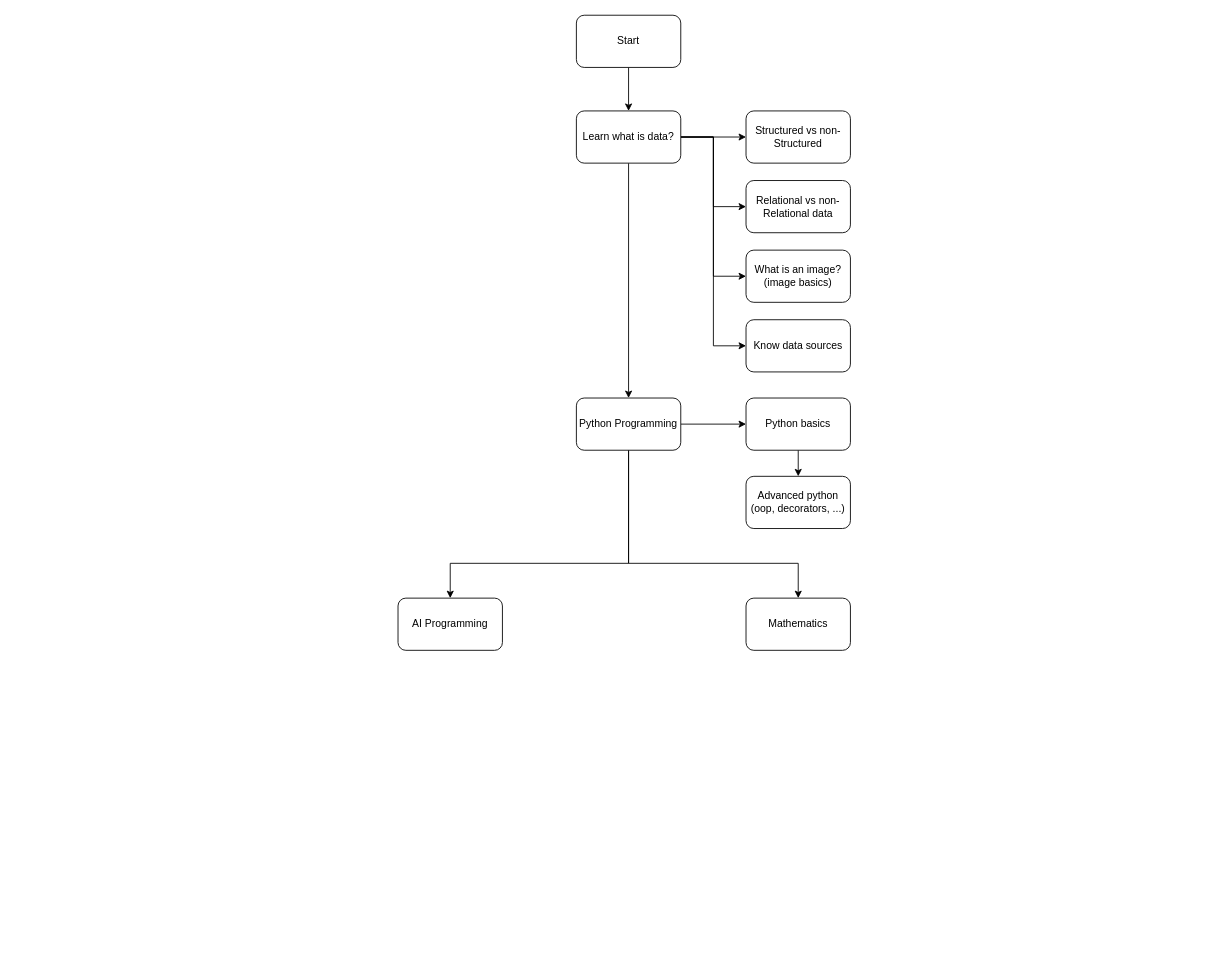
Before: roadmap.drawio in pr1266/AI_RoadMap, a draw.io diagram. Source tidied: cells renumbered, new cells numbered last; positions are measured from the earlier drawing's top-left corner, leaving out a move shared by most shapes. Both pictures are drawn from the tidied source at 87%, with x=0, y=0 at pixel (398, 15).
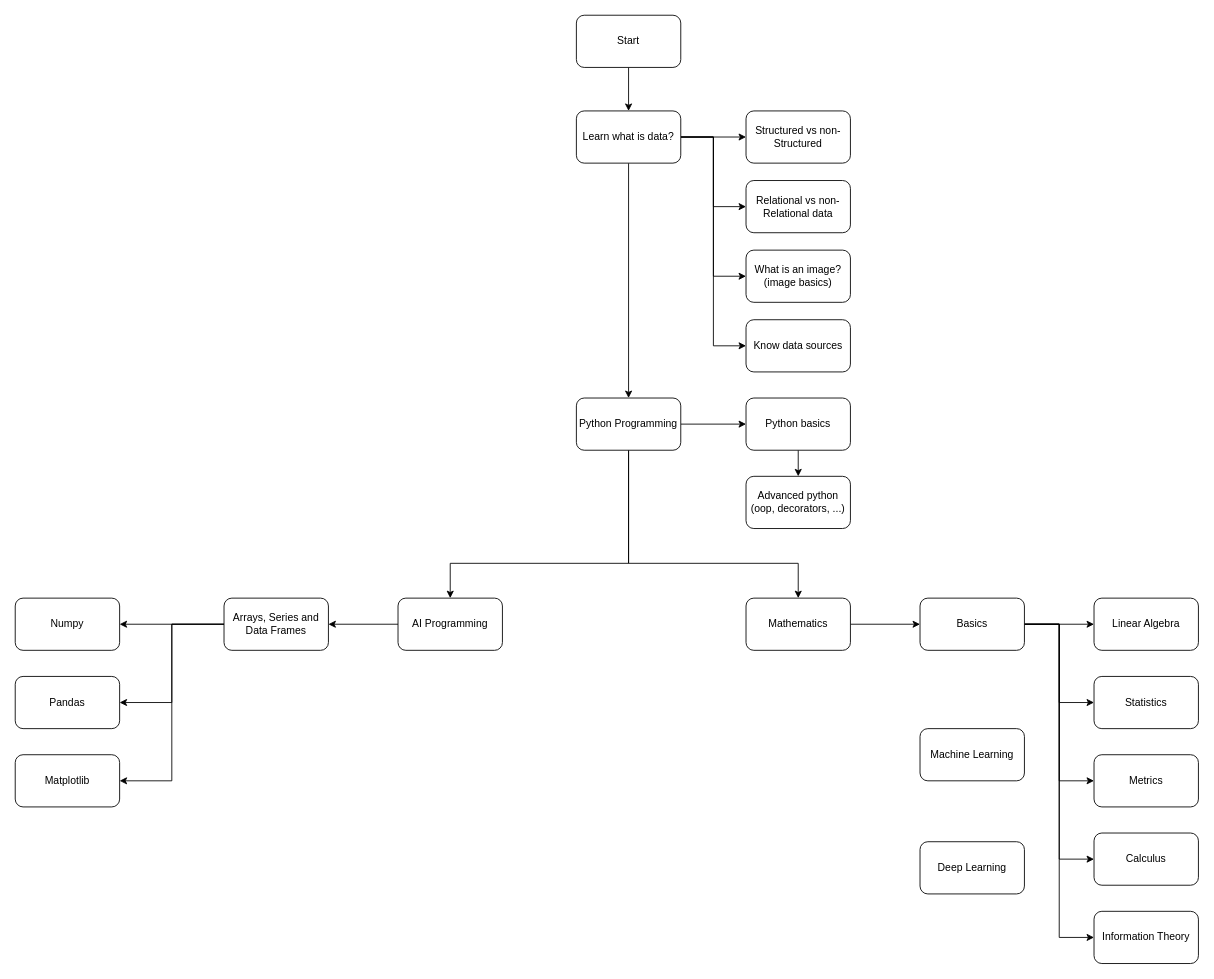
After the change.

Unchanged cells that the change refers to:
```xml
<mxCell id="20" value="AI Programming" style="rounded=1;whiteSpace=wrap;html=1;" parent="1" vertex="1">
  <mxGeometry y="670" width="120" height="60" as="geometry" />
</mxCell>
<mxCell id="21" value="Mathematics" style="rounded=1;whiteSpace=wrap;html=1;" parent="1" vertex="1">
  <mxGeometry x="400" y="670" width="120" height="60" as="geometry" />
</mxCell>
```

Diff of the diagram source:
```diff
@@
+    <mxCell id="23" style="edgeStyle=orthogonalEdgeStyle;rounded=0;jettySize=auto;html=1;exitX=0;exitY=0.5;exitDx=0;exitDy=0;entryX=1;entryY=0.5;entryDx=0;entryDy=0;" parent="1" edge="1" source="20" target="31">
+      <mxGeometry relative="1" as="geometry" />
+    </mxCell>
@@
+    <mxCell id="24" style="edgeStyle=orthogonalEdgeStyle;rounded=0;jettySize=auto;html=1;exitX=1;exitY=0.5;exitDx=0;exitDy=0;entryX=0;entryY=0.5;entryDx=0;entryDy=0;" parent="1" edge="1" source="21" target="37">
+      <mxGeometry relative="1" as="geometry" />
+    </mxCell>
@@
+    <mxCell id="25" value="Numpy" style="rounded=1;whiteSpace=wrap;html=1;" parent="1" vertex="1">
+      <mxGeometry x="-440" y="670" width="120" height="60" as="geometry" />
+    </mxCell>
+    <mxCell id="26" value="Pandas" style="rounded=1;whiteSpace=wrap;html=1;" parent="1" vertex="1">
+      <mxGeometry x="-440" y="760" width="120" height="60" as="geometry" />
+    </mxCell>
+    <mxCell id="27" value="Matplotlib" style="rounded=1;whiteSpace=wrap;html=1;" parent="1" vertex="1">
+      <mxGeometry x="-440" y="850" width="120" height="60" as="geometry" />
+    </mxCell>
+    <mxCell id="28" style="edgeStyle=orthogonalEdgeStyle;rounded=0;jettySize=auto;html=1;exitX=0;exitY=0.5;exitDx=0;exitDy=0;entryX=1;entryY=0.5;entryDx=0;entryDy=0;" parent="1" edge="1" source="31" target="25">
+      <mxGeometry relative="1" as="geometry" />
+    </mxCell>
+    <mxCell id="29" style="edgeStyle=orthogonalEdgeStyle;rounded=0;jettySize=auto;html=1;exitX=0;exitY=0.5;exitDx=0;exitDy=0;entryX=1;entryY=0.5;entryDx=0;entryDy=0;" parent="1" edge="1" source="31" target="26">
+      <mxGeometry relative="1" as="geometry" />
+    </mxCell>
+    <mxCell id="30" style="edgeStyle=orthogonalEdgeStyle;rounded=0;jettySize=auto;html=1;exitX=0;exitY=0.5;exitDx=0;exitDy=0;entryX=1;entryY=0.5;entryDx=0;entryDy=0;" parent="1" edge="1" source="31" target="27">
+      <mxGeometry relative="1" as="geometry" />
+    </mxCell>
+    <mxCell id="31" value="Arrays, Series and Data Frames" style="rounded=1;whiteSpace=wrap;html=1;" parent="1" vertex="1">
+      <mxGeometry x="-200" y="670" width="120" height="60" as="geometry" />
+    </mxCell>
+    <mxCell id="32" style="edgeStyle=orthogonalEdgeStyle;rounded=0;jettySize=auto;html=1;exitX=1;exitY=0.5;exitDx=0;exitDy=0;entryX=0;entryY=0.5;entryDx=0;entryDy=0;" parent="1" edge="1" source="37" target="40">
+      <mxGeometry relative="1" as="geometry" />
+    </mxCell>
+    <mxCell id="33" style="edgeStyle=orthogonalEdgeStyle;rounded=0;jettySize=auto;html=1;exitX=1;exitY=0.5;exitDx=0;exitDy=0;entryX=0;entryY=0.5;entryDx=0;entryDy=0;" parent="1" edge="1" source="37" target="41">
+      <mxGeometry relative="1" as="geometry" />
+    </mxCell>
+    <mxCell id="34" style="edgeStyle=orthogonalEdgeStyle;rounded=0;jettySize=auto;html=1;exitX=1;exitY=0.5;exitDx=0;exitDy=0;entryX=0;entryY=0.5;entryDx=0;entryDy=0;" parent="1" edge="1" source="37" target="42">
+      <mxGeometry relative="1" as="geometry" />
+    </mxCell>
+    <mxCell id="35" style="edgeStyle=orthogonalEdgeStyle;rounded=0;jettySize=auto;html=1;exitX=1;exitY=0.5;exitDx=0;exitDy=0;entryX=0;entryY=0.5;entryDx=0;entryDy=0;" parent="1" edge="1" source="37" target="43">
+      <mxGeometry relative="1" as="geometry" />
+    </mxCell>
+    <mxCell id="36" style="edgeStyle=orthogonalEdgeStyle;rounded=0;jettySize=auto;html=1;exitX=1;exitY=0.5;exitDx=0;exitDy=0;entryX=0;entryY=0.5;entryDx=0;entryDy=0;" parent="1" edge="1" source="37" target="44">
+      <mxGeometry relative="1" as="geometry" />
+    </mxCell>
+    <mxCell id="37" value="Basics" style="rounded=1;whiteSpace=wrap;html=1;" parent="1" vertex="1">
+      <mxGeometry x="600" y="670" width="120" height="60" as="geometry" />
+    </mxCell>
+    <mxCell id="38" value="Machine Learning" style="rounded=1;whiteSpace=wrap;html=1;" parent="1" vertex="1">
+      <mxGeometry x="600" y="820" width="120" height="60" as="geometry" />
+    </mxCell>
+    <mxCell id="39" value="Deep Learning" style="rounded=1;whiteSpace=wrap;html=1;" parent="1" vertex="1">
+      <mxGeometry x="600" y="950" width="120" height="60" as="geometry" />
+    </mxCell>
+    <mxCell id="40" value="Linear Algebra" style="rounded=1;whiteSpace=wrap;html=1;" parent="1" vertex="1">
+      <mxGeometry x="800" y="670" width="120" height="60" as="geometry" />
+    </mxCell>
+    <mxCell id="41" value="Statistics" style="rounded=1;whiteSpace=wrap;html=1;" parent="1" vertex="1">
+      <mxGeometry x="800" y="760" width="120" height="60" as="geometry" />
+    </mxCell>
+    <mxCell id="42" value="Metrics" style="rounded=1;whiteSpace=wrap;html=1;" parent="1" vertex="1">
+      <mxGeometry x="800" y="850" width="120" height="60" as="geometry" />
+    </mxCell>
+    <mxCell id="43" value="Calculus" style="rounded=1;whiteSpace=wrap;html=1;" parent="1" vertex="1">
+      <mxGeometry x="800" y="940" width="120" height="60" as="geometry" />
+    </mxCell>
+    <mxCell id="44" value="Information Theory" style="rounded=1;whiteSpace=wrap;html=1;" parent="1" vertex="1">
+      <mxGeometry x="800" y="1030" width="120" height="60" as="geometry" />
+    </mxCell>
```
